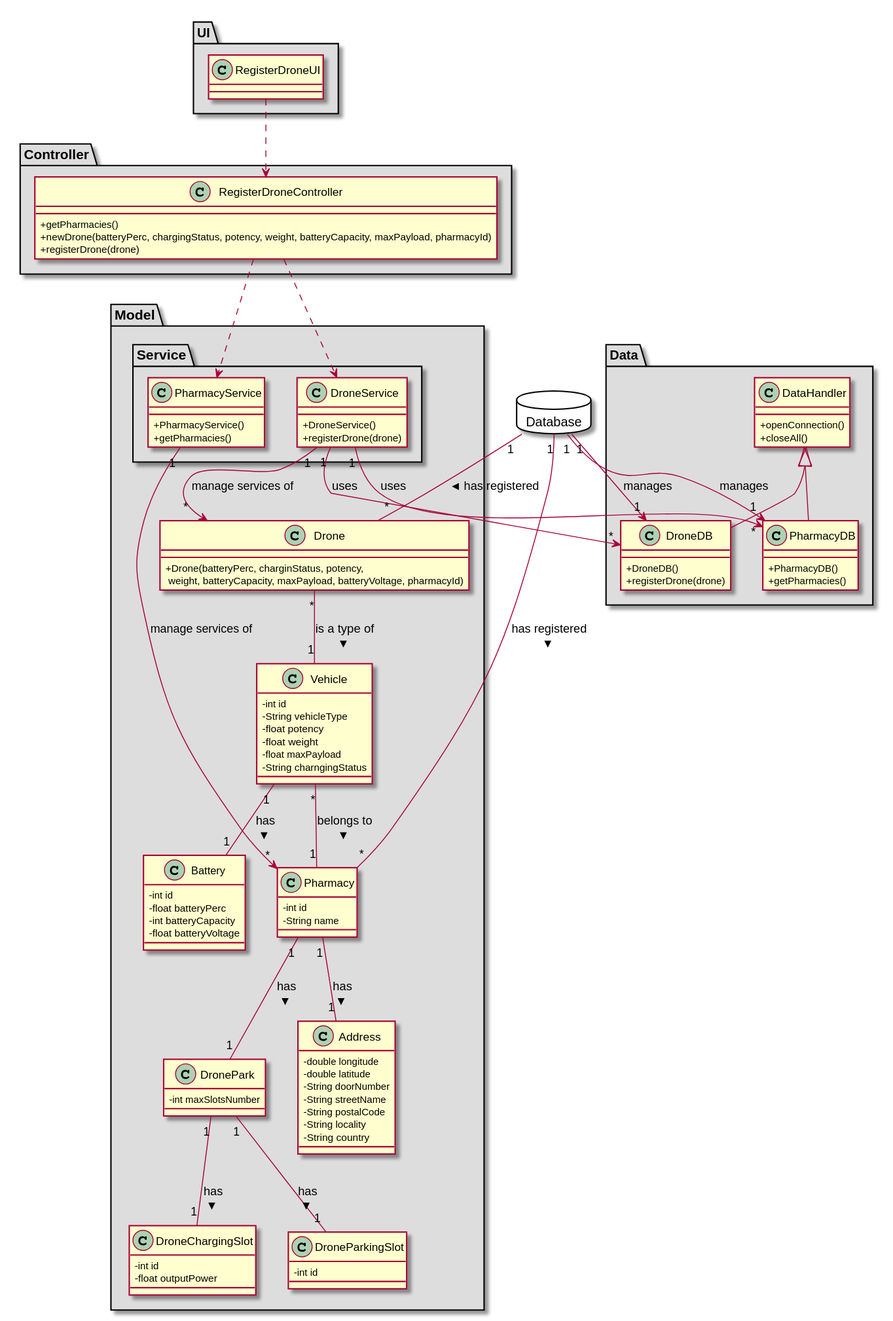
tiagoavcosta25/LAPR3 keeps this PlantUML diagram as docs/Iteration 2/Drone Management/US193_RegisterDrone/US193_CD.svg. Above is the earlier version.
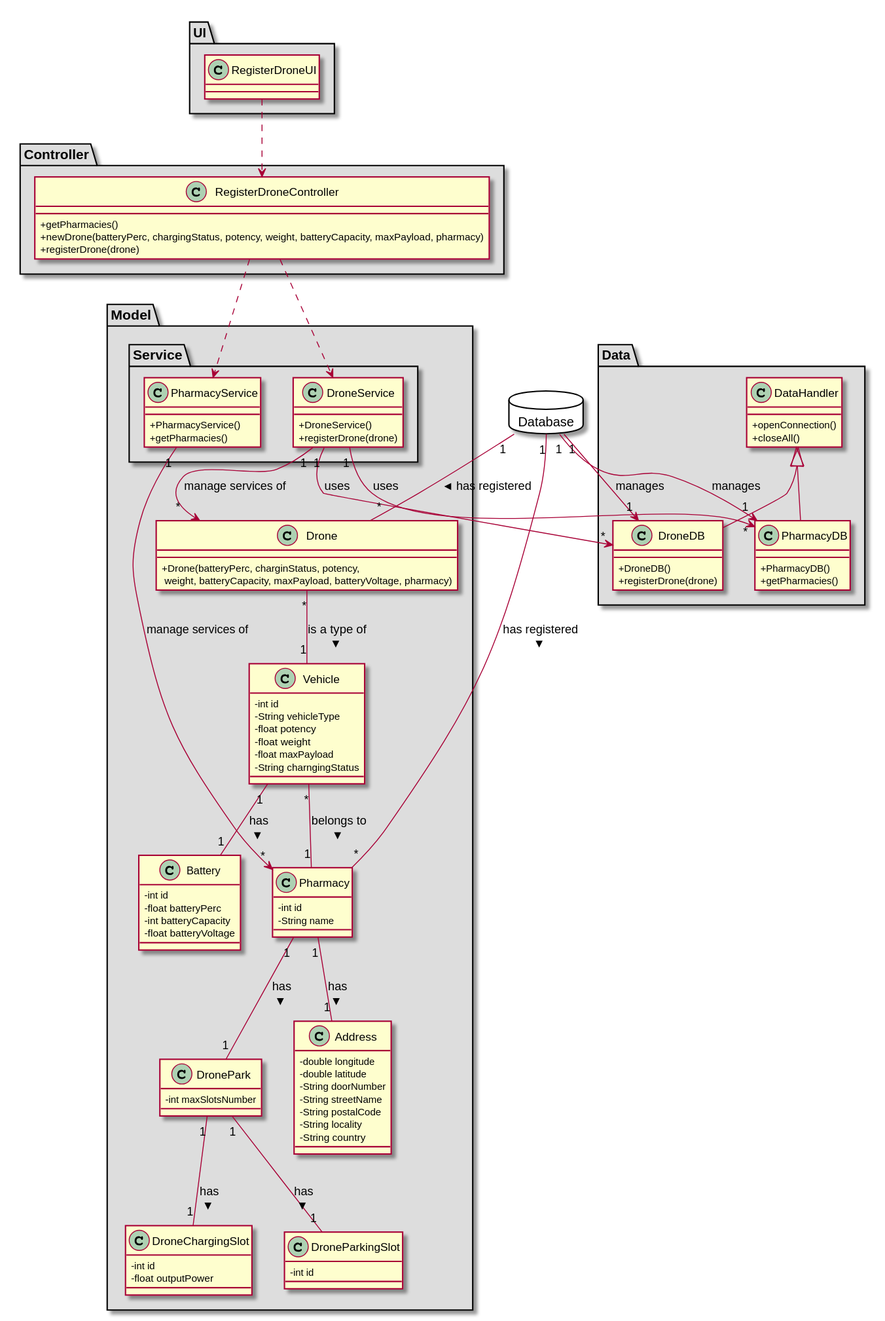
Above is the later version.

Change to the diagram source:
```diff
@@ -12,7 +12,7 @@
 package "Controller" #DDDDDD {
 class RegisterDroneController{
 +getPharmacies()
-+newDrone(batteryPerc, chargingStatus, potency, weight, batteryCapacity, maxPayload, pharmacyId)
++newDrone(batteryPerc, chargingStatus, potency, weight, batteryCapacity, maxPayload, pharmacy)
 +registerDrone(drone)
 }
 }
@@ -46,7 +46,7 @@
 }
 
 class Drone{
-  +Drone(batteryPerc, charginStatus, potency,\n weight, batteryCapacity, maxPayload, batteryVoltage, pharmacyId)
+  +Drone(batteryPerc, charginStatus, potency,\n weight, batteryCapacity, maxPayload, batteryVoltage, pharmacy)
 }
 
 class Vehicle{
```
